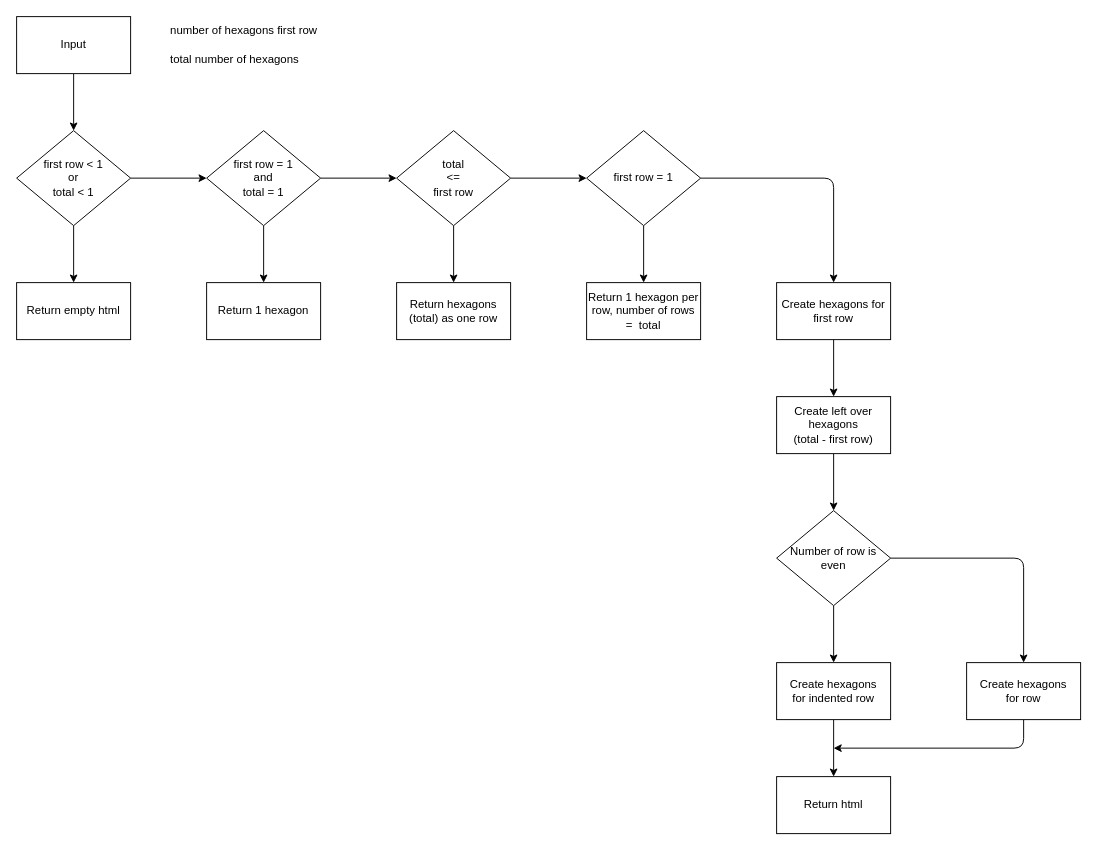
This is src/hexagonSection.drawio from willemverbuyst/hexagon-grid-generator, a draw.io file, before an edit. Source tidied: cells renumbered, new cells numbered last; positions are measured from the earlier drawing's top-left corner, leaving out a move shared by most shapes. Both pictures are drawn from the tidied source at 95%, with x=0, y=0 at pixel (16, 16).
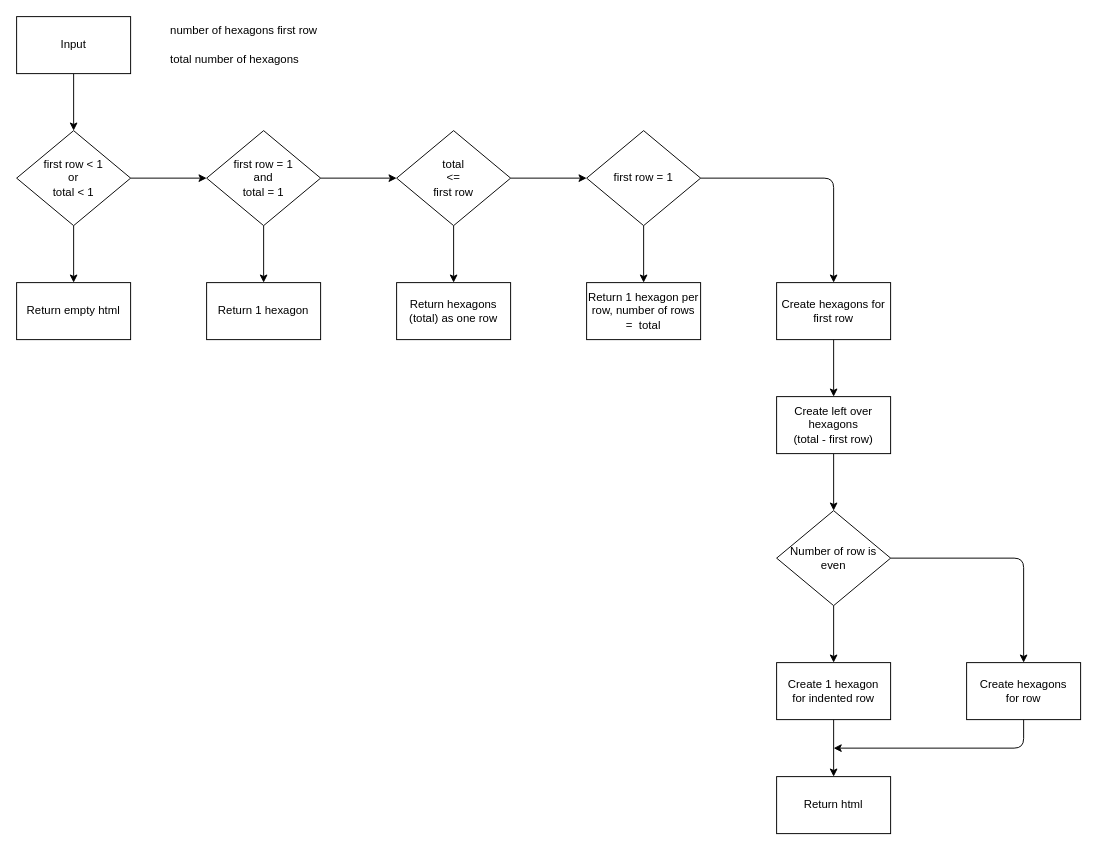
The same page after the edit.

The edit, as a diff of the source:
```diff
@@
-    <mxCell id="30" value="Create hexagons &lt;br&gt;for indented row" style="rounded=0;whiteSpace=wrap;html=1;" parent="1" vertex="1">
+    <mxCell id="30" value="Create 1 hexagon&lt;br&gt;for indented row" style="rounded=0;whiteSpace=wrap;html=1;" parent="1" vertex="1">
       <mxGeometry x="800" y="680" width="120" height="60" as="geometry" />
     </mxCell>
```
